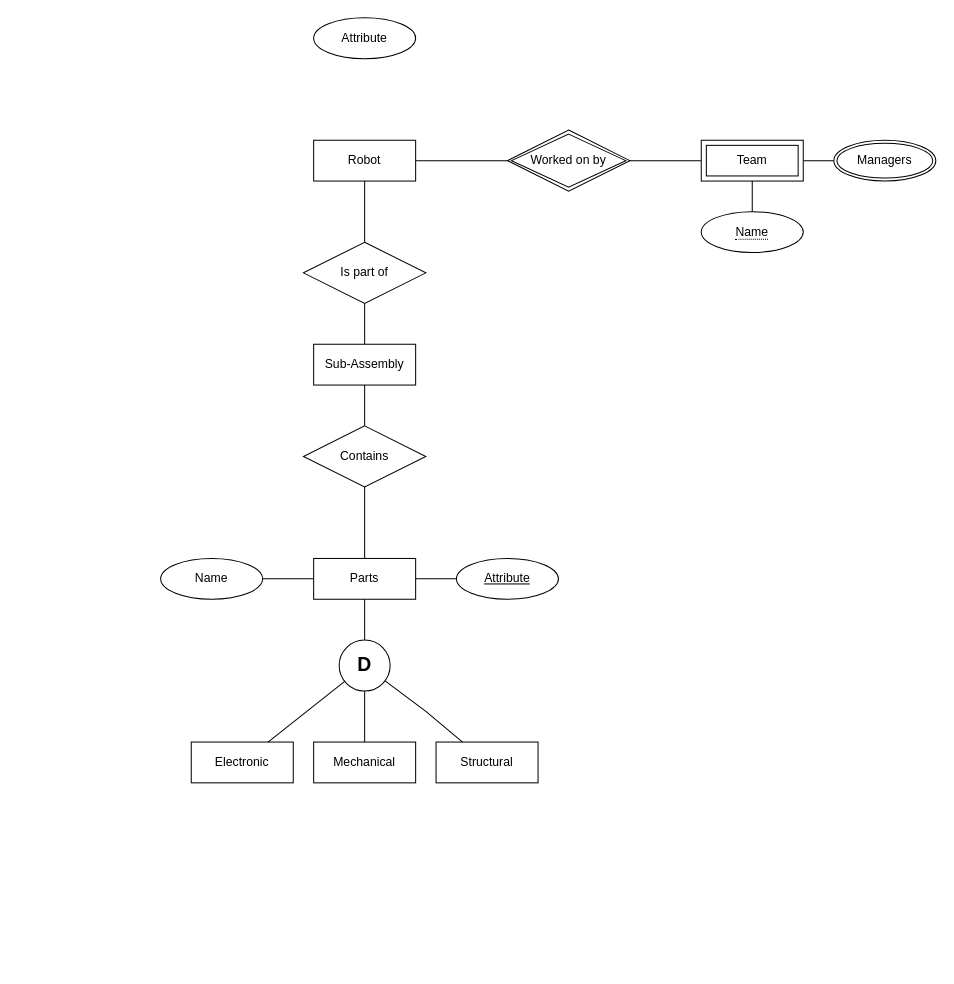
This is Untitled Diagram.drawio from krrishsetia/CMPT354-Project, a draw.io file, before an edit. Source tidied: cells renumbered, new cells numbered last; positions are measured from the earlier drawing's top-left corner, leaving out a move shared by most shapes. Both pictures are drawn from the tidied source at 102%, with x=0, y=0 at pixel (160, 17).
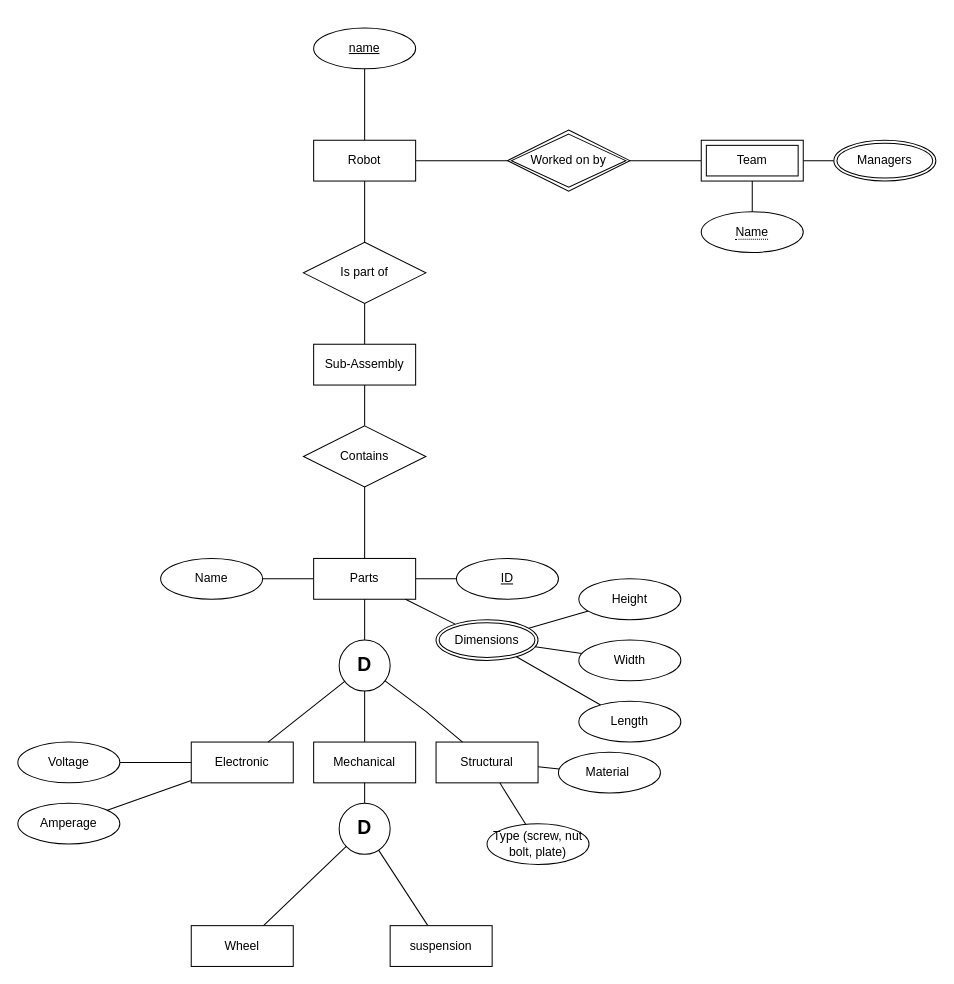
Above is the later version.

Commit message:
added attributes to the subclasses plus sub-sub clasess for mechanical

The change refers to these unchanged cells:
```xml
<mxCell id="3" value="Robot" style="whiteSpace=wrap;html=1;align=center;" parent="1" vertex="1">
  <mxGeometry x="150" y="120" width="100" height="40" as="geometry" />
</mxCell>
<mxCell id="19" value="Parts" style="whiteSpace=wrap;html=1;align=center;" parent="1" vertex="1">
  <mxGeometry x="150" y="530" width="100" height="40" as="geometry" />
</mxCell>
<mxCell id="27" value="Electronic" style="whiteSpace=wrap;html=1;align=center;" parent="1" vertex="1">
  <mxGeometry x="30" y="710" width="100" height="40" as="geometry" />
</mxCell>
<mxCell id="28" value="Mechanical" style="whiteSpace=wrap;html=1;align=center;" parent="1" vertex="1">
  <mxGeometry x="150" y="710" width="100" height="40" as="geometry" />
</mxCell>
<mxCell id="29" value="Structural" style="whiteSpace=wrap;html=1;align=center;" parent="1" vertex="1">
  <mxGeometry x="270" y="710" width="100" height="40" as="geometry" />
</mxCell>
```

Change to the diagram source:
```diff
@@
+    <mxCell id="32" style="edgeStyle=orthogonalEdgeStyle;rounded=0;jettySize=auto;html=1;exitX=0.5;exitY=0;exitDx=0;exitDy=0;endArrow=none;endFill=0;" parent="1" edge="1" source="3" target="33">
+      <mxGeometry relative="1" as="geometry" />
+    </mxCell>
@@
-    <mxCell id="6" value="Attribute" style="ellipse;whiteSpace=wrap;html=1;align=center;" parent="1" vertex="1">
-      <mxGeometry x="150" width="100" height="40" as="geometry" />
-    </mxCell>
@@
-    <mxCell id="21" value="Attribute" style="ellipse;whiteSpace=wrap;html=1;align=center;fontStyle=4;" parent="1" vertex="1">
+    <mxCell id="21" value="ID" style="ellipse;whiteSpace=wrap;html=1;align=center;fontStyle=4;" parent="1" vertex="1">
       <mxGeometry x="290" y="530" width="100" height="40" as="geometry" />
     </mxCell>
@@
+    <mxCell id="33" value="name" style="ellipse;whiteSpace=wrap;html=1;align=center;fontStyle=4;" parent="1" vertex="1">
+      <mxGeometry x="150" y="10" width="100" height="40" as="geometry" />
+    </mxCell>
+    <mxCell id="34" style="endArrow=none;html=1;rounded=0;" parent="1" edge="1" source="35" target="27">
+      <mxGeometry relative="1" as="geometry" />
+    </mxCell>
+    <mxCell id="35" value="Voltage" style="ellipse;whiteSpace=wrap;html=1;align=center;" parent="1" vertex="1">
+      <mxGeometry x="-140" y="710" width="100" height="40" as="geometry" />
+    </mxCell>
+    <mxCell id="36" value="Amperage" style="ellipse;whiteSpace=wrap;html=1;align=center;" parent="1" vertex="1">
+      <mxGeometry x="-140" y="770" width="100" height="40" as="geometry" />
+    </mxCell>
+    <mxCell id="37" style="endArrow=none;html=1;rounded=0;" parent="1" edge="1" source="36" target="27">
+      <mxGeometry relative="1" as="geometry" />
+    </mxCell>
+    <mxCell id="38" style="endArrow=none;html=1;rounded=0;" parent="1" edge="1" source="47" target="29">
+      <mxGeometry relative="1" as="geometry" />
+    </mxCell>
+    <mxCell id="39" style="endArrow=none;html=1;rounded=0;" parent="1" edge="1" source="19" target="40">
+      <mxGeometry relative="1" as="geometry" />
+    </mxCell>
+    <mxCell id="40" value="Dimensions" style="ellipse;shape=doubleEllipse;margin=3;whiteSpace=wrap;html=1;align=center;" parent="1" vertex="1">
+      <mxGeometry x="270" y="590" width="100" height="40" as="geometry" />
+    </mxCell>
+    <mxCell id="41" style="endArrow=none;html=1;rounded=0;" parent="1" edge="1" source="40" target="45">
+      <mxGeometry relative="1" as="geometry" />
+    </mxCell>
+    <mxCell id="42" style="endArrow=none;html=1;rounded=0;" parent="1" edge="1" source="40" target="44">
+      <mxGeometry relative="1" as="geometry" />
+    </mxCell>
+    <mxCell id="43" style="endArrow=none;html=1;rounded=0;" parent="1" edge="1" source="40" target="46">
+      <mxGeometry relative="1" as="geometry" />
+    </mxCell>
+    <mxCell id="44" value="Length" style="ellipse;whiteSpace=wrap;html=1;align=center;" parent="1" vertex="1">
+      <mxGeometry x="410" y="670" width="100" height="40" as="geometry" />
+    </mxCell>
+    <mxCell id="45" value="Height" style="ellipse;whiteSpace=wrap;html=1;align=center;" parent="1" vertex="1">
+      <mxGeometry x="410" y="550" width="100" height="40" as="geometry" />
+    </mxCell>
+    <mxCell id="46" value="Width" style="ellipse;whiteSpace=wrap;html=1;align=center;" parent="1" vertex="1">
+      <mxGeometry x="410" y="610" width="100" height="40" as="geometry" />
+    </mxCell>
+    <mxCell id="47" value="Material&amp;nbsp;" style="ellipse;whiteSpace=wrap;html=1;align=center;" parent="1" vertex="1">
+      <mxGeometry x="390" y="720" width="100" height="40" as="geometry" />
+    </mxCell>
+    <mxCell id="48" style="endArrow=none;html=1;rounded=0;" parent="1" edge="1" source="29" target="49">
+      <mxGeometry relative="1" as="geometry" />
+    </mxCell>
+    <mxCell id="49" value="Type (screw, nut bolt, plate)" style="ellipse;whiteSpace=wrap;html=1;align=center;" parent="1" vertex="1">
+      <mxGeometry x="320" y="790" width="100" height="40" as="geometry" />
+    </mxCell>
+    <mxCell id="50" style="endArrow=none;html=1;rounded=0;" parent="1" edge="1" source="51" target="28">
+      <mxGeometry relative="1" as="geometry" />
+    </mxCell>
+    <mxCell id="51" value="&lt;font style=&quot;font-size: 19px;&quot;&gt;&lt;b&gt;D&lt;/b&gt;&lt;/font&gt;" style="ellipse;whiteSpace=wrap;html=1;" parent="1" vertex="1">
+      <mxGeometry x="175" y="770" width="50" height="50" as="geometry" />
+    </mxCell>
+    <mxCell id="52" style="endArrow=none;html=1;rounded=0;" parent="1" edge="1" source="51" target="53">
+      <mxGeometry relative="1" as="geometry" />
+    </mxCell>
+    <mxCell id="53" value="Wheel" style="whiteSpace=wrap;html=1;align=center;" parent="1" vertex="1">
+      <mxGeometry x="30" y="890" width="100" height="40" as="geometry" />
+    </mxCell>
+    <mxCell id="54" style="endArrow=none;html=1;rounded=0;" parent="1" edge="1" source="55" target="51">
+      <mxGeometry relative="1" as="geometry" />
+    </mxCell>
+    <mxCell id="55" value="suspension" style="whiteSpace=wrap;html=1;align=center;" parent="1" vertex="1">
+      <mxGeometry x="225" y="890" width="100" height="40" as="geometry" />
+    </mxCell>
```
